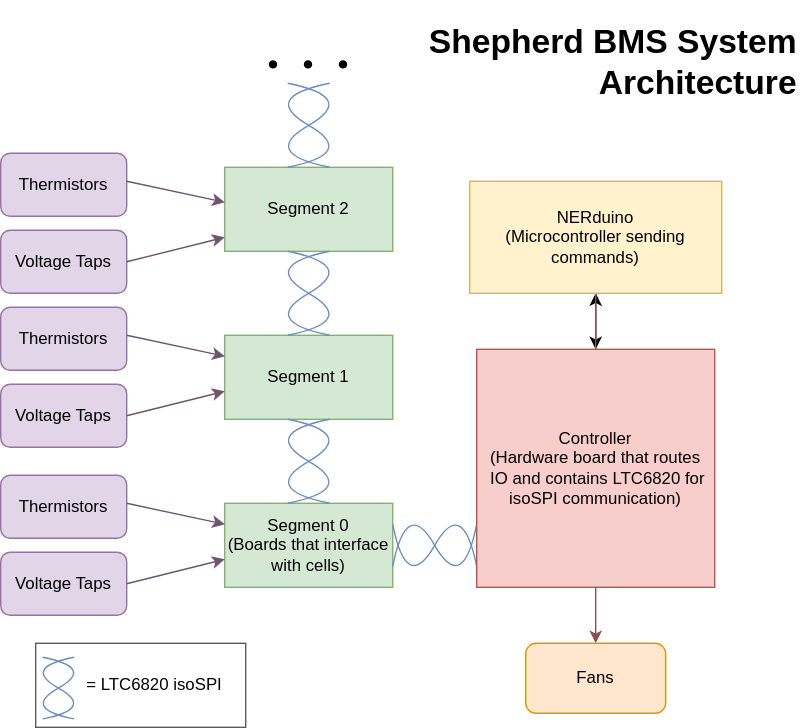
Before: docs/shepherd_architecture.svg, a diagram exported from draw.io (Northeastern-Electric-Racing/shepherd_bms). Source tidied: cells renumbered, new cells last; positions are measured from the earlier drawing's top-left corner, leaving out a move shared by most shapes. Source of this version:
```xml
<mxGraphModel>
  <root>
    <mxCell id="0" />
    <mxCell id="1" parent="0" />
    <mxCell id="2" value="Segment 2" style="rounded=0;whiteSpace=wrap;html=1;fillColor=#d5e8d4;strokeColor=#82b366;" parent="1" vertex="1">
      <mxGeometry x="160" y="109" width="120" height="60" as="geometry" />
    </mxCell>
    <mxCell id="3" value="Segment 1" style="rounded=0;whiteSpace=wrap;html=1;fillColor=#d5e8d4;strokeColor=#82b366;" parent="1" vertex="1">
      <mxGeometry x="160" y="229" width="120" height="60" as="geometry" />
    </mxCell>
    <mxCell id="4" value="Segment 0&lt;br&gt;(Boards that interface with cells)" style="rounded=0;whiteSpace=wrap;html=1;fillColor=#d5e8d4;strokeColor=#82b366;" parent="1" vertex="1">
      <mxGeometry x="160" y="349" width="120" height="60" as="geometry" />
    </mxCell>
    <mxCell id="5" style="ellipse;whiteSpace=wrap;html=1;fillColor=#000000;" parent="1" vertex="1">
      <mxGeometry x="217" y="33" width="5" height="5" as="geometry" />
    </mxCell>
    <mxCell id="6" style="ellipse;whiteSpace=wrap;html=1;fillColor=#000000;" parent="1" vertex="1">
      <mxGeometry x="242" y="33" width="5" height="5" as="geometry" />
    </mxCell>
    <mxCell id="7" style="ellipse;whiteSpace=wrap;html=1;fillColor=#000000;" parent="1" vertex="1">
      <mxGeometry x="192" y="33" width="5" height="5" as="geometry" />
    </mxCell>
    <mxCell id="8" style="curved=1;endArrow=none;html=1;rounded=0;endFill=0;fillColor=#dae8fc;strokeColor=#6c8ebf;" parent="1" edge="1">
      <mxGeometry relative="1" as="geometry">
        <mxPoint x="205" y="229" as="sourcePoint" />
        <mxPoint x="235" y="169" as="targetPoint" />
        <Array as="points">
          <mxPoint x="255" y="219" />
          <mxPoint x="185" y="179" />
        </Array>
      </mxGeometry>
    </mxCell>
    <mxCell id="9" style="curved=1;endArrow=none;html=1;rounded=0;endFill=0;fillColor=#dae8fc;strokeColor=#6c8ebf;" parent="1" edge="1">
      <mxGeometry relative="1" as="geometry">
        <mxPoint x="235" y="229" as="sourcePoint" />
        <mxPoint x="205" y="169" as="targetPoint" />
        <Array as="points">
          <mxPoint x="185" y="219" />
          <mxPoint x="255" y="179" />
        </Array>
      </mxGeometry>
    </mxCell>
    <mxCell id="10" style="curved=1;endArrow=none;html=1;rounded=0;endFill=0;fillColor=#dae8fc;strokeColor=#6c8ebf;" parent="1" edge="1">
      <mxGeometry relative="1" as="geometry">
        <mxPoint x="205" y="349" as="sourcePoint" />
        <mxPoint x="235" y="289" as="targetPoint" />
        <Array as="points">
          <mxPoint x="255" y="339" />
          <mxPoint x="185" y="299" />
        </Array>
      </mxGeometry>
    </mxCell>
    <mxCell id="11" style="curved=1;endArrow=none;html=1;rounded=0;endFill=0;fillColor=#dae8fc;strokeColor=#6c8ebf;" parent="1" edge="1">
      <mxGeometry relative="1" as="geometry">
        <mxPoint x="235" y="349" as="sourcePoint" />
        <mxPoint x="205" y="289" as="targetPoint" />
        <Array as="points">
          <mxPoint x="185" y="339" />
          <mxPoint x="255" y="299" />
        </Array>
      </mxGeometry>
    </mxCell>
    <mxCell id="12" style="curved=1;endArrow=none;html=1;rounded=0;endFill=0;fillColor=#dae8fc;strokeColor=#6c8ebf;" parent="1" edge="1">
      <mxGeometry relative="1" as="geometry">
        <mxPoint x="205" y="109" as="sourcePoint" />
        <mxPoint x="235" y="49" as="targetPoint" />
        <Array as="points">
          <mxPoint x="255" y="99" />
          <mxPoint x="185" y="59" />
        </Array>
      </mxGeometry>
    </mxCell>
    <mxCell id="13" style="curved=1;endArrow=none;html=1;rounded=0;endFill=0;fillColor=#dae8fc;strokeColor=#6c8ebf;" parent="1" edge="1">
      <mxGeometry relative="1" as="geometry">
        <mxPoint x="235" y="109" as="sourcePoint" />
        <mxPoint x="205" y="49" as="targetPoint" />
        <Array as="points">
          <mxPoint x="185" y="99" />
          <mxPoint x="255" y="59" />
        </Array>
      </mxGeometry>
    </mxCell>
    <mxCell id="14" style="curved=1;endArrow=none;html=1;rounded=0;endFill=0;fillColor=#dae8fc;strokeColor=#6c8ebf;" parent="1" edge="1">
      <mxGeometry relative="1" as="geometry">
        <mxPoint x="280" y="364" as="sourcePoint" />
        <mxPoint x="340" y="394" as="targetPoint" />
        <Array as="points">
          <mxPoint x="290" y="414" />
          <mxPoint x="330" y="344" />
        </Array>
      </mxGeometry>
    </mxCell>
    <mxCell id="15" style="curved=1;endArrow=none;html=1;rounded=0;endFill=0;fillColor=#dae8fc;strokeColor=#6c8ebf;" parent="1" edge="1">
      <mxGeometry relative="1" as="geometry">
        <mxPoint x="280" y="394" as="sourcePoint" />
        <mxPoint x="340" y="364" as="targetPoint" />
        <Array as="points">
          <mxPoint x="290" y="344" />
          <mxPoint x="330" y="414" />
        </Array>
      </mxGeometry>
    </mxCell>
    <mxCell id="16" value="Controller&lt;br&gt;(Hardware board that routes&lt;br&gt;&amp;nbsp;IO and contains LTC6820 for isoSPI communication)" style="whiteSpace=wrap;html=1;fillColor=#f8cecc;strokeColor=#b85450;" parent="1" vertex="1">
      <mxGeometry x="340" y="239" width="170" height="170" as="geometry" />
    </mxCell>
    <mxCell id="17" style="endArrow=classic;startArrow=classic;html=1;rounded=0;" parent="1" edge="1">
      <mxGeometry relative="1" as="geometry">
        <mxPoint x="425" y="239" as="sourcePoint" />
        <mxPoint x="425" y="199" as="targetPoint" />
      </mxGeometry>
    </mxCell>
    <mxCell id="18" style="edgeStyle=orthogonalEdgeStyle;rounded=0;jettySize=auto;html=1;endArrow=none;endFill=0;strokeColor=#8A5151;fillColor=#f8cecc;" parent="1" edge="1" source="19" target="16">
      <mxGeometry relative="1" as="geometry" />
    </mxCell>
    <mxCell id="19" value="NERduino&lt;br&gt;(Microcontroller sending commands)" style="rounded=0;whiteSpace=wrap;html=1;fillColor=#fff2cc;strokeColor=#d6b656;" parent="1" vertex="1">
      <mxGeometry x="335" y="119" width="180" height="80" as="geometry" />
    </mxCell>
    <mxCell id="20" value="Thermistors" style="rounded=1;whiteSpace=wrap;html=1;fillColor=#e1d5e7;strokeColor=#9673a6;" parent="1" vertex="1">
      <mxGeometry y="329" width="90" height="45" as="geometry" />
    </mxCell>
    <mxCell id="21" value="Voltage Taps" style="rounded=1;whiteSpace=wrap;html=1;fillColor=#e1d5e7;strokeColor=#9673a6;" parent="1" vertex="1">
      <mxGeometry y="384" width="90" height="45" as="geometry" />
    </mxCell>
    <mxCell id="22" style="endArrow=classic;html=1;rounded=0;entryX=0;entryY=0.25;entryDx=0;entryDy=0;strokeColor=#6E566C;" parent="1" edge="1" target="4">
      <mxGeometry relative="1" as="geometry">
        <mxPoint x="90" y="349" as="sourcePoint" />
      </mxGeometry>
    </mxCell>
    <mxCell id="23" style="endArrow=classic;html=1;rounded=0;exitX=1;exitY=0.5;exitDx=0;exitDy=0;strokeColor=#6E566C;" parent="1" edge="1" source="21">
      <mxGeometry relative="1" as="geometry">
        <mxPoint x="160" y="389" as="targetPoint" />
      </mxGeometry>
    </mxCell>
    <mxCell id="24" value="Thermistors" style="rounded=1;whiteSpace=wrap;html=1;fillColor=#e1d5e7;strokeColor=#9673a6;" parent="1" vertex="1">
      <mxGeometry y="209" width="90" height="45" as="geometry" />
    </mxCell>
    <mxCell id="25" value="Voltage Taps" style="rounded=1;whiteSpace=wrap;html=1;fillColor=#e1d5e7;strokeColor=#9673a6;" parent="1" vertex="1">
      <mxGeometry y="264" width="90" height="45" as="geometry" />
    </mxCell>
    <mxCell id="26" style="endArrow=classic;html=1;rounded=0;entryX=0;entryY=0.25;entryDx=0;entryDy=0;strokeColor=#6E566C;" parent="1" edge="1">
      <mxGeometry relative="1" as="geometry">
        <mxPoint x="90" y="229" as="sourcePoint" />
        <mxPoint x="160" y="244" as="targetPoint" />
      </mxGeometry>
    </mxCell>
    <mxCell id="27" style="endArrow=classic;html=1;rounded=0;exitX=1;exitY=0.5;exitDx=0;exitDy=0;strokeColor=#6E566C;" parent="1" edge="1" source="25">
      <mxGeometry relative="1" as="geometry">
        <mxPoint x="160" y="269" as="targetPoint" />
      </mxGeometry>
    </mxCell>
    <mxCell id="28" value="Thermistors" style="rounded=1;whiteSpace=wrap;html=1;fillColor=#e1d5e7;strokeColor=#9673a6;" parent="1" vertex="1">
      <mxGeometry y="99" width="90" height="45" as="geometry" />
    </mxCell>
    <mxCell id="29" value="Voltage Taps" style="rounded=1;whiteSpace=wrap;html=1;fillColor=#e1d5e7;strokeColor=#9673a6;" parent="1" vertex="1">
      <mxGeometry y="154" width="90" height="45" as="geometry" />
    </mxCell>
    <mxCell id="30" style="endArrow=classic;html=1;rounded=0;entryX=0;entryY=0.25;entryDx=0;entryDy=0;strokeColor=#6E566C;" parent="1" edge="1">
      <mxGeometry relative="1" as="geometry">
        <mxPoint x="90" y="119" as="sourcePoint" />
        <mxPoint x="160" y="134" as="targetPoint" />
      </mxGeometry>
    </mxCell>
    <mxCell id="31" style="endArrow=classic;html=1;rounded=0;exitX=1;exitY=0.5;exitDx=0;exitDy=0;strokeColor=#6E566C;" parent="1" edge="1" source="29">
      <mxGeometry relative="1" as="geometry">
        <mxPoint x="160" y="159" as="targetPoint" />
      </mxGeometry>
    </mxCell>
    <mxCell id="32" style="curved=1;endArrow=none;html=1;rounded=0;endFill=0;fillColor=#dae8fc;strokeColor=#6c8ebf;" parent="1" edge="1">
      <mxGeometry relative="1" as="geometry">
        <mxPoint x="30" y="503" as="sourcePoint" />
        <mxPoint x="52.5" y="459" as="targetPoint" />
        <Array as="points">
          <mxPoint x="67.5" y="495.7" />
          <mxPoint x="15" y="466.3" />
        </Array>
      </mxGeometry>
    </mxCell>
    <mxCell id="33" style="curved=1;endArrow=none;html=1;rounded=0;endFill=0;fillColor=#dae8fc;strokeColor=#6c8ebf;" parent="1" edge="1">
      <mxGeometry relative="1" as="geometry">
        <mxPoint x="52.5" y="503" as="sourcePoint" />
        <mxPoint x="30" y="459" as="targetPoint" />
        <Array as="points">
          <mxPoint x="15" y="495.7" />
          <mxPoint x="67.5" y="466.3" />
        </Array>
      </mxGeometry>
    </mxCell>
    <mxCell id="34" style="rounded=0;whiteSpace=wrap;html=1;fillColor=none;strokeColor=#5C5C5C;" parent="1" vertex="1">
      <mxGeometry x="25" y="449" width="150" height="60" as="geometry" />
    </mxCell>
    <mxCell id="35" value="= LTC6820 isoSPI" style="text;html=1;strokeColor=none;fillColor=none;align=center;verticalAlign=middle;whiteSpace=wrap;rounded=0;" parent="1" vertex="1">
      <mxGeometry x="55" y="464" width="110" height="30" as="geometry" />
    </mxCell>
    <mxCell id="36" style="endArrow=classic;html=1;rounded=0;strokeColor=#8A5151;exitX=0.5;exitY=1;exitDx=0;exitDy=0;" parent="1" edge="1" source="16">
      <mxGeometry relative="1" as="geometry">
        <mxPoint x="425" y="449" as="targetPoint" />
      </mxGeometry>
    </mxCell>
    <mxCell id="37" value="Fans" style="rounded=1;whiteSpace=wrap;html=1;strokeColor=#d79b00;fillColor=#ffe6cc;" parent="1" vertex="1">
      <mxGeometry x="375" y="449" width="100" height="50" as="geometry" />
    </mxCell>
    <mxCell id="38" value="&lt;h1&gt;Shepherd BMS System Architecture&lt;/h1&gt;" style="text;html=1;strokeColor=none;fillColor=none;spacing=5;spacingTop=-20;whiteSpace=wrap;overflow=hidden;rounded=0;align=right;" parent="1" vertex="1">
      <mxGeometry x="284" width="290" height="70" as="geometry" />
    </mxCell>
  </root>
</mxGraphModel>
```
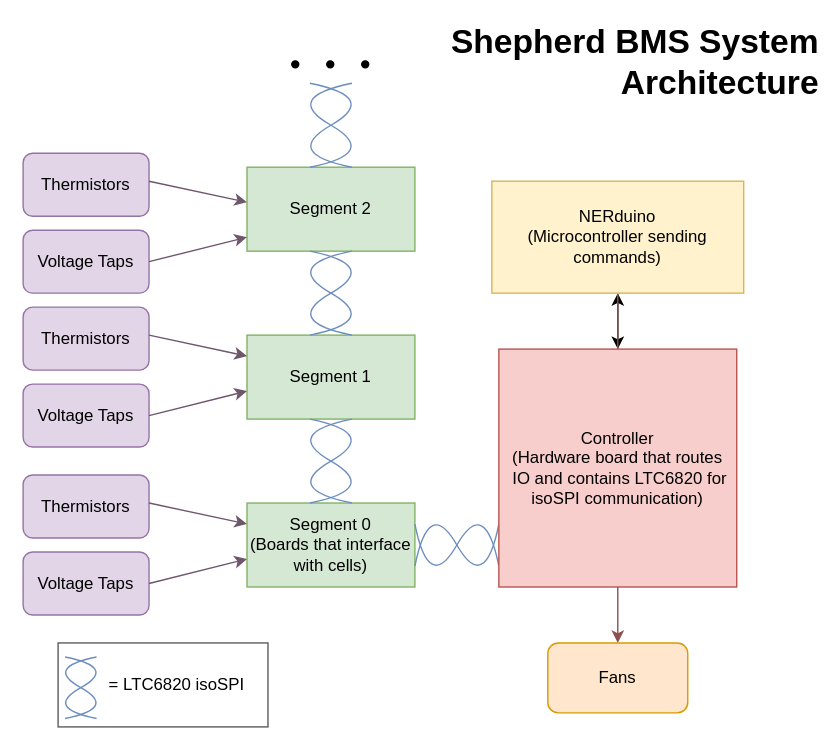
After the commit.

The edit, as a diff of the source:
```diff
@@ -2,6 +2,9 @@
   <root>
     <mxCell id="0" />
     <mxCell id="1" parent="0" />
+    <mxCell id="39" style="rounded=0;whiteSpace=wrap;html=1;strokeColor=none;" parent="1" vertex="1">
+      <mxGeometry x="-16" width="590" height="520" as="geometry" />
+    </mxCell>
     <mxCell id="2" value="Segment 2" style="rounded=0;whiteSpace=wrap;html=1;fillColor=#d5e8d4;strokeColor=#82b366;" parent="1" vertex="1">
       <mxGeometry x="160" y="109" width="120" height="60" as="geometry" />
     </mxCell>
```
